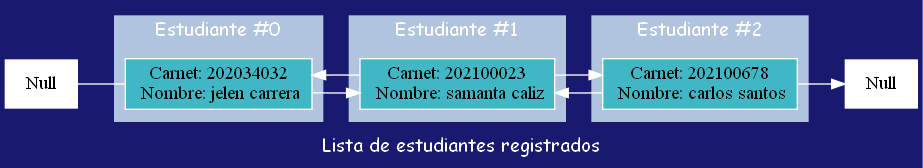
Above: EDD_Proyecto1_Fase1/reportes/reportes_lista_doble/reporte_estudiantes.png in Damaris-Muralles/EDD_GoDrive (Graphviz), before the change. Its source is kept beside it as EDD_Proyecto1_Fase1/reportes/reportes_lista_doble/reporte_estudiantes.dot. Its diagram source:
```dot
	digraph G {
		bgcolor="midnightblue";
		fontcolor=white;
		fontname="Comic Sans MS";
		label="Lista de estudiantes registrados";
		node [shape=record, colorscheme=ylgnbu9, style=filled, color=white];
		rankdir=LR;

		f0 [ label ="Null" ];
		f1[ label ="Null" ];

	subgraph cluster_0 {
        style=filled;
		color="lightsteelblue";
		label = "Estudiante #0";
        n0 [label="Carnet: 202034032&#92;n Nombre: jelen carrera", fillcolor=5];

	}
	subgraph cluster_1 {
        style=filled;
		color="lightsteelblue";
		label = "Estudiante #1";
        n1 [label="Carnet: 202100023&#92;n Nombre: samanta caliz", fillcolor=5];

	}
	subgraph cluster_2 {
        style=filled;
		color="lightsteelblue";
		label = "Estudiante #2";
        n2 [label="Carnet: 202100678&#92;n Nombre: carlos santos", fillcolor=5];

	}
    f0->n0[dir="none", color="white"]
	n0->n1[color="white"]
	n1->n2[color="white"]
	n2->f1[ color="white"]
	n2->n1[color="white"]
	n1->n0[ color="white"]
}
```
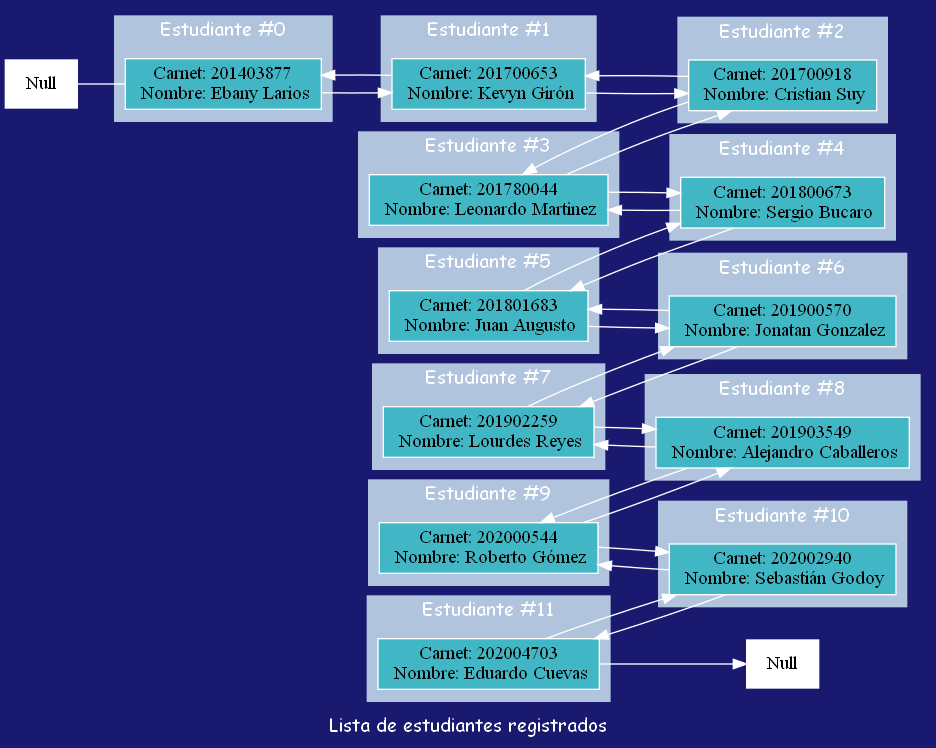
After the change.

Diff of the diagram source:
```diff
@@ -13,27 +13,108 @@
         style=filled;
 		color="lightsteelblue";
 		label = "Estudiante #0";
-        n0 [label="Carnet: 202034032&#92;n Nombre: jelen carrera", fillcolor=5];
+        n0 [label="Carnet: 201403877&#92;n Nombre: Ebany Larios", fillcolor=5];
 
 	}
 	subgraph cluster_1 {
         style=filled;
 		color="lightsteelblue";
 		label = "Estudiante #1";
-        n1 [label="Carnet: 202100023&#92;n Nombre: samanta caliz", fillcolor=5];
+        n1 [label="Carnet: 201700653&#92;n Nombre: Kevyn Girón", fillcolor=5];
 
 	}
 	subgraph cluster_2 {
         style=filled;
 		color="lightsteelblue";
 		label = "Estudiante #2";
-        n2 [label="Carnet: 202100678&#92;n Nombre: carlos santos", fillcolor=5];
+        n2 [label="Carnet: 201700918&#92;n Nombre: Cristian Suy", fillcolor=5];
+
+	}
+	subgraph cluster_3 {
+        style=filled;
+		color="lightsteelblue";
+		label = "Estudiante #3";
+        n3 [label="Carnet: 201780044&#92;n Nombre: Leonardo Martinez", fillcolor=5];
+
+	}
+	subgraph cluster_4 {
+        style=filled;
+		color="lightsteelblue";
+		label = "Estudiante #4";
+        n4 [label="Carnet: 201800673&#92;n Nombre: Sergio Bucaro", fillcolor=5];
+
+	}
+	subgraph cluster_5 {
+        style=filled;
+		color="lightsteelblue";
+		label = "Estudiante #5";
+        n5 [label="Carnet: 201801683&#92;n Nombre: Juan Augusto", fillcolor=5];
+
+	}
+	subgraph cluster_6 {
+        style=filled;
+		color="lightsteelblue";
+		label = "Estudiante #6";
+        n6 [label="Carnet: 201900570&#92;n Nombre: Jonatan Gonzalez", fillcolor=5];
+
+	}
+	subgraph cluster_7 {
+        style=filled;
+		color="lightsteelblue";
+		label = "Estudiante #7";
+        n7 [label="Carnet: 201902259&#92;n Nombre: Lourdes Reyes", fillcolor=5];
+
+	}
+	subgraph cluster_8 {
+        style=filled;
+		color="lightsteelblue";
+		label = "Estudiante #8";
+        n8 [label="Carnet: 201903549&#92;n Nombre: Alejandro Caballeros", fillcolor=5];
+
+	}
+	subgraph cluster_9 {
+        style=filled;
+		color="lightsteelblue";
+		label = "Estudiante #9";
+        n9 [label="Carnet: 202000544&#92;n Nombre: Roberto Gómez", fillcolor=5];
+
+	}
+	subgraph cluster_10 {
+        style=filled;
+		color="lightsteelblue";
+		label = "Estudiante #10";
+        n10 [label="Carnet: 202002940&#92;n Nombre: Sebastián Godoy", fillcolor=5];
+
+	}
+	subgraph cluster_11 {
+        style=filled;
+		color="lightsteelblue";
+		label = "Estudiante #11";
+        n11 [label="Carnet: 202004703&#92;n Nombre: Eduardo Cuevas", fillcolor=5];
 
 	}
     f0->n0[dir="none", color="white"]
 	n0->n1[color="white"]
 	n1->n2[color="white"]
-	n2->f1[ color="white"]
+	n2->n3[color="white"]
+	n3->n4[color="white"]
+	n4->n5[color="white"]
+	n5->n6[color="white"]
+	n6->n7[color="white"]
+	n7->n8[color="white"]
+	n8->n9[color="white"]
+	n9->n10[color="white"]
+	n10->n11[color="white"]
+	n11->f1[ color="white"]
+	n11->
+	n10->
+	n9->
+	n8->
+	n7->
+	n6->
+	n5->
+	n4->
+	n3->
 	n2->n1[color="white"]
 	n1->n0[ color="white"]
 }
```
